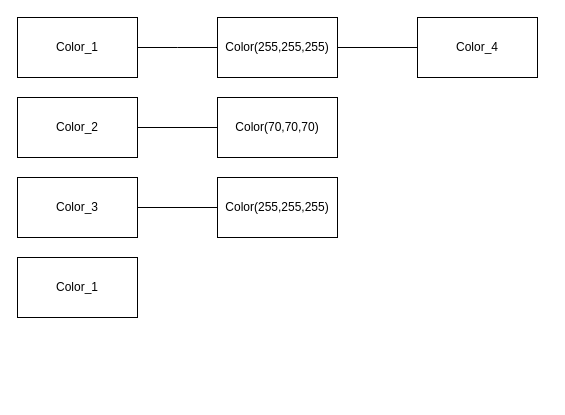
The draw.io diagram TpNro5/Ejericicio4Tp5/DiaGramaPuntoNro4Tp5.drawio in AndyGar04/Programacion-I, before the edit. Source tidied: cells renumbered, new cells numbered last; positions are measured from the earlier drawing's top-left corner, leaving out a move shared by most shapes. Both pictures are drawn from the tidied source at 100%, with x=0, y=0 at pixel (17, 17).
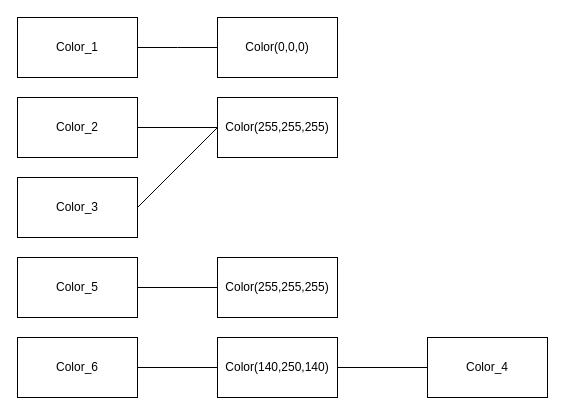
After the change.

Change to the diagram source:
```diff
@@
 <mxGraphModel>
   <root>
     <mxCell id="0" />
     <mxCell id="1" parent="0" />
     <mxCell id="2" value="Color_1" style="rounded=0;whiteSpace=wrap;html=1;" parent="1" vertex="1">
       <mxGeometry width="120" height="60" as="geometry" />
     </mxCell>
     <mxCell id="3" value="Color_2" style="rounded=0;whiteSpace=wrap;html=1;" parent="1" vertex="1">
       <mxGeometry y="80" width="120" height="60" as="geometry" />
     </mxCell>
     <mxCell id="4" value="Color_3" style="rounded=0;whiteSpace=wrap;html=1;" parent="1" vertex="1">
       <mxGeometry y="160" width="120" height="60" as="geometry" />
     </mxCell>
     <mxCell id="5" value="Color_4" style="rounded=0;whiteSpace=wrap;html=1;" parent="1" vertex="1">
-      <mxGeometry x="400" width="120" height="60" as="geometry" />
+      <mxGeometry x="410" y="320" width="120" height="60" as="geometry" />
     </mxCell>
-    <mxCell id="6" value="Color_1" style="rounded=0;whiteSpace=wrap;html=1;" parent="1" vertex="1">
+    <mxCell id="6" value="Color_5" style="rounded=0;whiteSpace=wrap;html=1;" parent="1" vertex="1">
       <mxGeometry y="240" width="120" height="60" as="geometry" />
     </mxCell>
-    <mxCell id="7" value="Color(255,255,255)" style="rounded=0;whiteSpace=wrap;html=1;" parent="1" vertex="1">
+    <mxCell id="7" value="Color(0,0,0)" style="rounded=0;whiteSpace=wrap;html=1;" parent="1" vertex="1">
       <mxGeometry x="200" width="120" height="60" as="geometry" />
     </mxCell>
     <mxCell id="8" style="endArrow=none;html=1;rounded=0;entryX=0;entryY=0.5;entryDx=0;entryDy=0;exitX=1;exitY=0.5;exitDx=0;exitDy=0;" parent="1" edge="1" source="2" target="7">
       <mxGeometry relative="1" as="geometry">
         <Array as="points">
           <mxPoint x="160" y="30" />
         </Array>
       </mxGeometry>
     </mxCell>
-    <mxCell id="9" style="endArrow=none;html=1;rounded=0;entryX=1;entryY=0.5;entryDx=0;entryDy=0;exitX=0;exitY=0.5;exitDx=0;exitDy=0;" parent="1" edge="1" source="5" target="7">
+    <mxCell id="9" style="endArrow=none;html=1;rounded=0;entryX=1;entryY=0.5;entryDx=0;entryDy=0;exitX=0;exitY=0.5;exitDx=0;exitDy=0;" parent="1" edge="1" source="5" target="17">
       <mxGeometry relative="1" as="geometry" />
     </mxCell>
-    <mxCell id="10" value="Color(70,70,70)" style="rounded=0;whiteSpace=wrap;html=1;" parent="1" vertex="1">
-      <mxGeometry x="200" y="80" width="120" height="60" as="geometry" />
-    </mxCell>
-    <mxCell id="11" style="endArrow=none;html=1;rounded=0;entryX=0;entryY=0.5;entryDx=0;entryDy=0;exitX=1;exitY=0.5;exitDx=0;exitDy=0;" parent="1" edge="1" source="3" target="10">
-      <mxGeometry relative="1" as="geometry" />
+    <mxCell id="11" style="endArrow=none;html=1;rounded=0;entryX=0;entryY=0.5;entryDx=0;entryDy=0;exitX=1;exitY=0.5;exitDx=0;exitDy=0;" parent="1" edge="1" source="3">
+      <mxGeometry relative="1" as="geometry">
+        <mxPoint x="200" y="110" as="targetPoint" />
+      </mxGeometry>
     </mxCell>
-    <mxCell id="12" value="Color(255,255,255)" style="rounded=0;whiteSpace=wrap;html=1;" parent="1" vertex="1">
-      <mxGeometry x="200" y="160" width="120" height="60" as="geometry" />
-    </mxCell>
-    <mxCell id="13" style="endArrow=none;html=1;rounded=0;exitX=1;exitY=0.5;exitDx=0;exitDy=0;entryX=0;entryY=0.5;entryDx=0;entryDy=0;" parent="1" edge="1" source="4" target="12">
+    <mxCell id="13" style="endArrow=none;html=1;rounded=0;exitX=1;exitY=0.5;exitDx=0;exitDy=0;entryX=0;entryY=0.5;entryDx=0;entryDy=0;" parent="1" edge="1" source="4" target="19">
       <mxGeometry relative="1" as="geometry" />
     </mxCell>
+    <mxCell id="14" value="Color(255,255,255)" style="rounded=0;whiteSpace=wrap;html=1;" parent="1" vertex="1">
+      <mxGeometry x="200" y="240" width="120" height="60" as="geometry" />
+    </mxCell>
+    <mxCell id="15" style="endArrow=none;html=1;rounded=0;exitX=0;exitY=0.5;exitDx=0;exitDy=0;entryX=1;entryY=0.5;entryDx=0;entryDy=0;" parent="1" edge="1" source="14" target="6">
+      <mxGeometry relative="1" as="geometry" />
+    </mxCell>
+    <mxCell id="16" value="Color_6" style="rounded=0;whiteSpace=wrap;html=1;" parent="1" vertex="1">
+      <mxGeometry y="320" width="120" height="60" as="geometry" />
+    </mxCell>
+    <mxCell id="17" value="Color(140,250,140&lt;span style=&quot;background-color: initial;&quot;&gt;)&lt;/span&gt;" style="rounded=0;whiteSpace=wrap;html=1;" parent="1" vertex="1">
+      <mxGeometry x="200" y="320" width="120" height="60" as="geometry" />
+    </mxCell>
+    <mxCell id="18" style="endArrow=none;html=1;rounded=0;exitX=1;exitY=0.5;exitDx=0;exitDy=0;entryX=0;entryY=0.5;entryDx=0;entryDy=0;" parent="1" edge="1" source="16" target="17">
+      <mxGeometry relative="1" as="geometry" />
+    </mxCell>
+    <mxCell id="19" value="Color(255,255,255)" style="rounded=0;whiteSpace=wrap;html=1;" parent="1" vertex="1">
+      <mxGeometry x="200" y="80" width="120" height="60" as="geometry" />
+    </mxCell>
   </root>
 </mxGraphModel>
```
